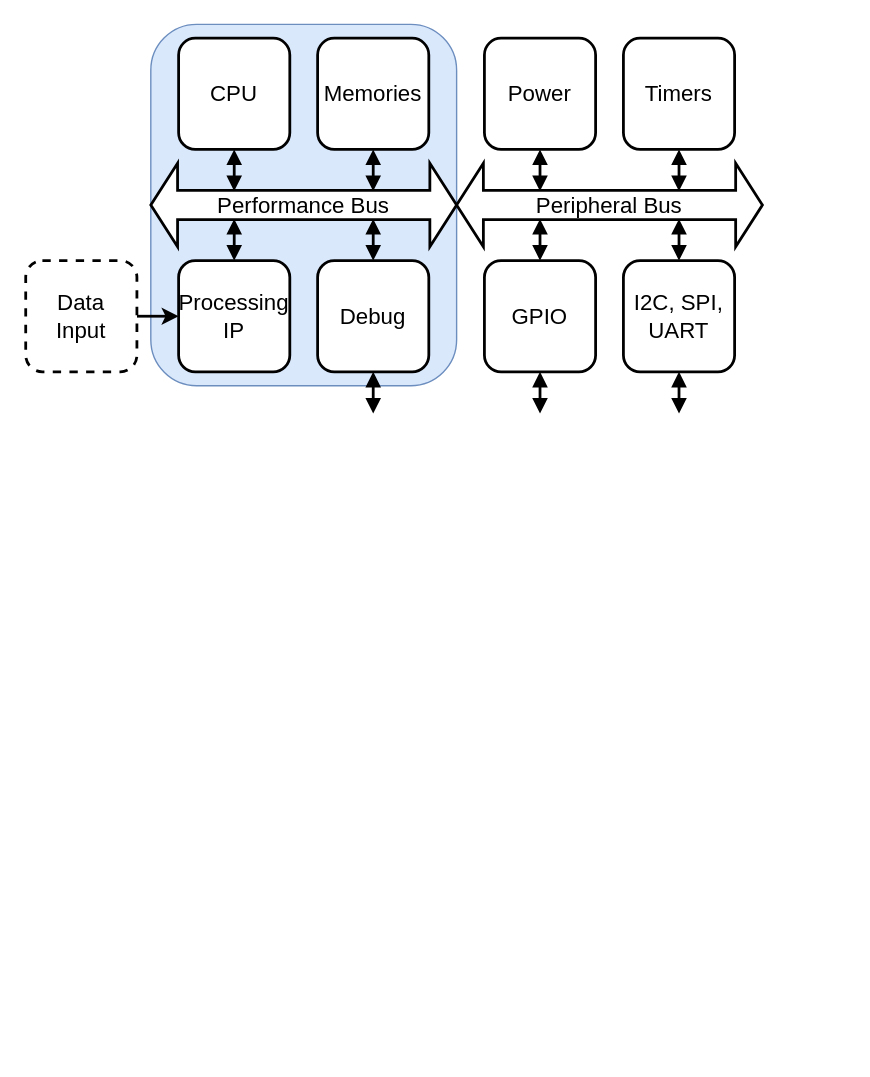
The draw.io diagram page "Page-5" (5 of 6) of Figures/presentation.drawio in AverageSilex/Presentation_Async_IC, before the edit. Source tidied: cells renumbered, new cells numbered last; positions are measured from the earlier drawing's top-left corner, leaving out a move shared by most shapes. Both pictures are drawn from the tidied source at 139%, with x=0, y=0 at pixel (25, 24).
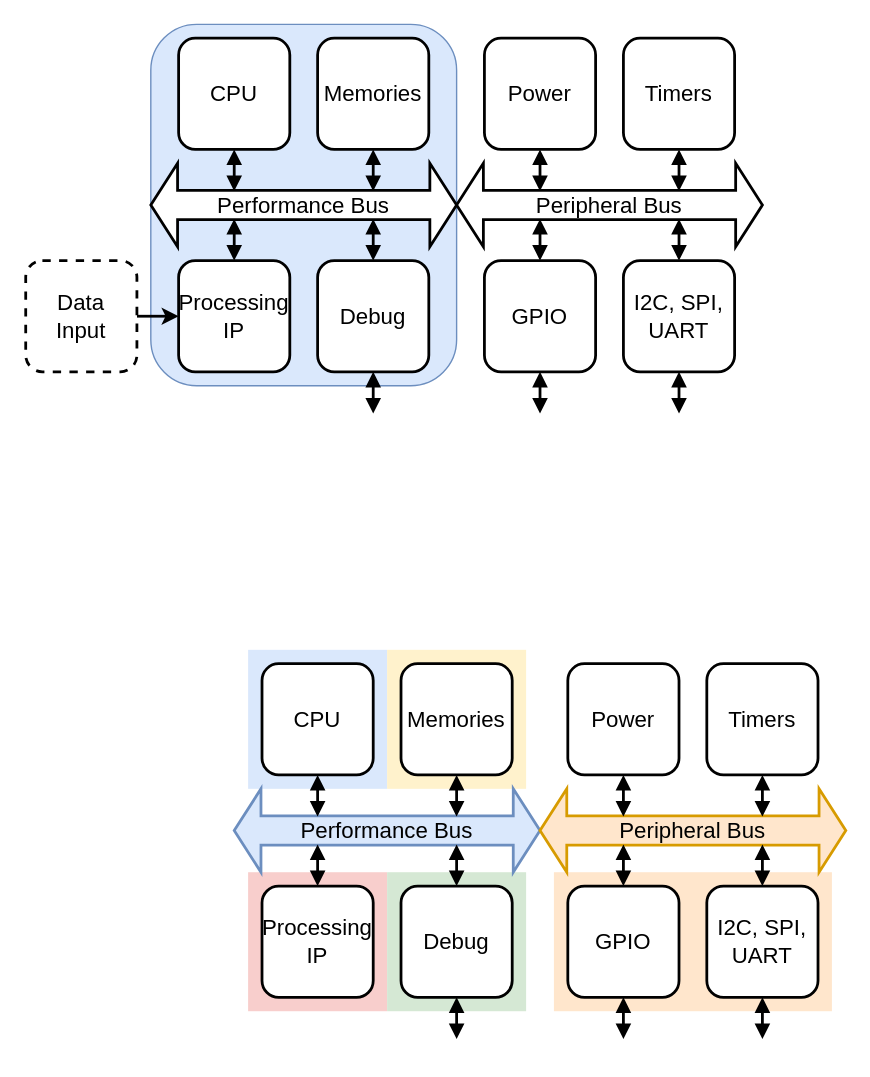
The same page after the edit.

What changed in the source:
```diff
@@
+    <mxCell id="26" style="rounded=0;whiteSpace=wrap;html=1;fillColor=#f8cecc;strokeColor=none;" parent="1" vertex="1">
+      <mxGeometry x="160" y="610" width="100" height="100" as="geometry" />
+    </mxCell>
+    <mxCell id="27" style="rounded=0;whiteSpace=wrap;html=1;fillColor=#ffe6cc;strokeColor=none;" parent="1" vertex="1">
+      <mxGeometry x="380" y="610" width="200" height="100" as="geometry" />
+    </mxCell>
+    <mxCell id="28" style="rounded=0;whiteSpace=wrap;html=1;fillColor=#d5e8d4;strokeColor=none;" parent="1" vertex="1">
+      <mxGeometry x="260" y="610" width="100" height="100" as="geometry" />
+    </mxCell>
+    <mxCell id="29" style="rounded=0;whiteSpace=wrap;html=1;fillColor=#dae8fc;strokeColor=none;" parent="1" vertex="1">
+      <mxGeometry x="160" y="450" width="100" height="100" as="geometry" />
+    </mxCell>
+    <mxCell id="30" style="rounded=0;whiteSpace=wrap;html=1;fillColor=#fff2cc;strokeColor=none;" parent="1" vertex="1">
+      <mxGeometry x="260" y="450" width="100" height="100" as="geometry" />
+    </mxCell>
@@
+    <mxCell id="31" value="Performance Bus" style="shape=doubleArrow;whiteSpace=wrap;html=1;arrowWidth=0.3516175881410201;arrowSize=0.08749931708916071;fontSize=16;strokeWidth=2;labelBackgroundColor=none;fillColor=#dae8fc;strokeColor=#6c8ebf;" parent="1" vertex="1">
+      <mxGeometry x="150" y="550" width="220" height="60" as="geometry" />
+    </mxCell>
+    <mxCell id="32" value="CPU" style="rounded=1;whiteSpace=wrap;html=1;fontSize=16;strokeWidth=2;labelBackgroundColor=none;" parent="1" vertex="1">
+      <mxGeometry x="170" y="460" width="80" height="80" as="geometry" />
+    </mxCell>
+    <mxCell id="33" value="Memories" style="rounded=1;whiteSpace=wrap;html=1;fontSize=16;strokeWidth=2;labelBackgroundColor=none;" parent="1" vertex="1">
+      <mxGeometry x="270" y="460" width="80" height="80" as="geometry" />
+    </mxCell>
+    <mxCell id="34" value="Processing&lt;div&gt;IP&lt;/div&gt;" style="rounded=1;whiteSpace=wrap;html=1;fontSize=16;strokeWidth=2;labelBackgroundColor=none;" parent="1" vertex="1">
+      <mxGeometry x="170" y="620" width="80" height="80" as="geometry" />
+    </mxCell>
+    <mxCell id="35" style="edgeStyle=orthogonalEdgeStyle;rounded=0;orthogonalLoop=1;jettySize=auto;html=1;exitX=0.5;exitY=1;exitDx=0;exitDy=0;entryX=0.286;entryY=0.331;entryDx=0;entryDy=0;entryPerimeter=0;endArrow=block;startArrow=block;startFill=1;fontSize=16;strokeWidth=2;labelBackgroundColor=none;" parent="1" edge="1">
+      <mxGeometry relative="1" as="geometry">
+        <mxPoint x="310" y="540" as="sourcePoint" />
+        <mxPoint x="310" y="570" as="targetPoint" />
+      </mxGeometry>
+    </mxCell>
+    <mxCell id="36" style="edgeStyle=orthogonalEdgeStyle;rounded=0;orthogonalLoop=1;jettySize=auto;html=1;exitX=0.5;exitY=1;exitDx=0;exitDy=0;entryX=0.286;entryY=0.331;entryDx=0;entryDy=0;entryPerimeter=0;endArrow=block;startArrow=block;startFill=1;fontSize=16;strokeWidth=2;labelBackgroundColor=none;" parent="1" edge="1">
+      <mxGeometry relative="1" as="geometry">
+        <mxPoint x="210" y="540" as="sourcePoint" />
+        <mxPoint x="210" y="570" as="targetPoint" />
+      </mxGeometry>
+    </mxCell>
+    <mxCell id="37" style="edgeStyle=orthogonalEdgeStyle;rounded=0;orthogonalLoop=1;jettySize=auto;html=1;exitX=0.5;exitY=1;exitDx=0;exitDy=0;entryX=0.286;entryY=0.331;entryDx=0;entryDy=0;entryPerimeter=0;endArrow=block;startArrow=block;startFill=1;fontSize=16;strokeWidth=2;labelBackgroundColor=none;" parent="1" edge="1">
+      <mxGeometry relative="1" as="geometry">
+        <mxPoint x="210" y="590" as="sourcePoint" />
+        <mxPoint x="210" y="620" as="targetPoint" />
+      </mxGeometry>
+    </mxCell>
+    <mxCell id="38" value="Debug" style="rounded=1;whiteSpace=wrap;html=1;fontSize=16;strokeWidth=2;labelBackgroundColor=none;" parent="1" vertex="1">
+      <mxGeometry x="270" y="620" width="80" height="80" as="geometry" />
+    </mxCell>
+    <mxCell id="39" style="edgeStyle=orthogonalEdgeStyle;rounded=0;orthogonalLoop=1;jettySize=auto;html=1;exitX=0.5;exitY=1;exitDx=0;exitDy=0;entryX=0.286;entryY=0.331;entryDx=0;entryDy=0;entryPerimeter=0;endArrow=block;startArrow=block;startFill=1;fontSize=16;strokeWidth=2;labelBackgroundColor=none;" parent="1" edge="1">
+      <mxGeometry relative="1" as="geometry">
+        <mxPoint x="310" y="700" as="sourcePoint" />
+        <mxPoint x="310" y="730" as="targetPoint" />
+      </mxGeometry>
+    </mxCell>
+    <mxCell id="40" style="edgeStyle=orthogonalEdgeStyle;rounded=0;orthogonalLoop=1;jettySize=auto;html=1;exitX=0.5;exitY=1;exitDx=0;exitDy=0;entryX=0.286;entryY=0.331;entryDx=0;entryDy=0;entryPerimeter=0;endArrow=block;startArrow=block;startFill=1;fontSize=16;strokeWidth=2;labelBackgroundColor=none;" parent="1" edge="1">
+      <mxGeometry relative="1" as="geometry">
+        <mxPoint x="310" y="590" as="sourcePoint" />
+        <mxPoint x="310" y="620" as="targetPoint" />
+      </mxGeometry>
+    </mxCell>
+    <mxCell id="41" value="Peripheral Bus" style="shape=doubleArrow;whiteSpace=wrap;html=1;arrowWidth=0.3516175881410201;arrowSize=0.08749931708916071;fontSize=16;strokeWidth=2;labelBackgroundColor=none;fillColor=#ffe6cc;strokeColor=#d79b00;" parent="1" vertex="1">
+      <mxGeometry x="370" y="550" width="220" height="60" as="geometry" />
+    </mxCell>
+    <mxCell id="42" value="Power" style="rounded=1;whiteSpace=wrap;html=1;fontSize=16;strokeWidth=2;labelBackgroundColor=none;" parent="1" vertex="1">
+      <mxGeometry x="390" y="460" width="80" height="80" as="geometry" />
+    </mxCell>
+    <mxCell id="43" value="GPIO" style="rounded=1;whiteSpace=wrap;html=1;fontSize=16;strokeWidth=2;labelBackgroundColor=none;" parent="1" vertex="1">
+      <mxGeometry x="390" y="620" width="80" height="80" as="geometry" />
+    </mxCell>
+    <mxCell id="44" style="edgeStyle=orthogonalEdgeStyle;rounded=0;orthogonalLoop=1;jettySize=auto;html=1;exitX=0.5;exitY=1;exitDx=0;exitDy=0;entryX=0.286;entryY=0.331;entryDx=0;entryDy=0;entryPerimeter=0;endArrow=block;startArrow=block;startFill=1;fontSize=16;strokeWidth=2;labelBackgroundColor=none;" parent="1" edge="1">
+      <mxGeometry relative="1" as="geometry">
+        <mxPoint x="430" y="540" as="sourcePoint" />
+        <mxPoint x="430" y="570" as="targetPoint" />
+      </mxGeometry>
+    </mxCell>
+    <mxCell id="45" style="edgeStyle=orthogonalEdgeStyle;rounded=0;orthogonalLoop=1;jettySize=auto;html=1;exitX=0.5;exitY=1;exitDx=0;exitDy=0;entryX=0.286;entryY=0.331;entryDx=0;entryDy=0;entryPerimeter=0;endArrow=block;startArrow=block;startFill=1;fontSize=16;strokeWidth=2;labelBackgroundColor=none;" parent="1" edge="1">
+      <mxGeometry relative="1" as="geometry">
+        <mxPoint x="430" y="590" as="sourcePoint" />
+        <mxPoint x="430" y="620" as="targetPoint" />
+      </mxGeometry>
+    </mxCell>
+    <mxCell id="46" value="I2C, SPI,&lt;div&gt;UART&lt;/div&gt;" style="rounded=1;whiteSpace=wrap;html=1;fontSize=16;strokeWidth=2;labelBackgroundColor=none;" parent="1" vertex="1">
+      <mxGeometry x="490" y="620" width="80" height="80" as="geometry" />
+    </mxCell>
+    <mxCell id="47" style="edgeStyle=orthogonalEdgeStyle;rounded=0;orthogonalLoop=1;jettySize=auto;html=1;exitX=0.5;exitY=1;exitDx=0;exitDy=0;entryX=0.286;entryY=0.331;entryDx=0;entryDy=0;entryPerimeter=0;endArrow=block;startArrow=block;startFill=1;fontSize=16;strokeWidth=2;labelBackgroundColor=none;" parent="1" edge="1">
+      <mxGeometry relative="1" as="geometry">
+        <mxPoint x="530" y="590" as="sourcePoint" />
+        <mxPoint x="530" y="620" as="targetPoint" />
+      </mxGeometry>
+    </mxCell>
+    <mxCell id="48" style="edgeStyle=orthogonalEdgeStyle;rounded=0;orthogonalLoop=1;jettySize=auto;html=1;exitX=0.5;exitY=1;exitDx=0;exitDy=0;entryX=0.286;entryY=0.331;entryDx=0;entryDy=0;entryPerimeter=0;endArrow=block;startArrow=block;startFill=1;fontSize=16;strokeWidth=2;labelBackgroundColor=none;" parent="1" edge="1">
+      <mxGeometry relative="1" as="geometry">
+        <mxPoint x="430" y="700" as="sourcePoint" />
+        <mxPoint x="430" y="730" as="targetPoint" />
+      </mxGeometry>
+    </mxCell>
+    <mxCell id="49" style="edgeStyle=orthogonalEdgeStyle;rounded=0;orthogonalLoop=1;jettySize=auto;html=1;exitX=0.5;exitY=1;exitDx=0;exitDy=0;entryX=0.286;entryY=0.331;entryDx=0;entryDy=0;entryPerimeter=0;endArrow=block;startArrow=block;startFill=1;fontSize=16;strokeWidth=2;labelBackgroundColor=none;" parent="1" edge="1">
+      <mxGeometry relative="1" as="geometry">
+        <mxPoint x="530" y="700" as="sourcePoint" />
+        <mxPoint x="530" y="730" as="targetPoint" />
+      </mxGeometry>
+    </mxCell>
+    <mxCell id="50" value="Timers" style="rounded=1;whiteSpace=wrap;html=1;fontSize=16;strokeWidth=2;labelBackgroundColor=none;" parent="1" vertex="1">
+      <mxGeometry x="490" y="460" width="80" height="80" as="geometry" />
+    </mxCell>
+    <mxCell id="51" style="edgeStyle=orthogonalEdgeStyle;rounded=0;orthogonalLoop=1;jettySize=auto;html=1;exitX=0.5;exitY=1;exitDx=0;exitDy=0;entryX=0.286;entryY=0.331;entryDx=0;entryDy=0;entryPerimeter=0;endArrow=block;startArrow=block;startFill=1;fontSize=16;strokeWidth=2;labelBackgroundColor=none;" parent="1" edge="1">
+      <mxGeometry relative="1" as="geometry">
+        <mxPoint x="530" y="540" as="sourcePoint" />
+        <mxPoint x="530" y="570" as="targetPoint" />
+      </mxGeometry>
+    </mxCell>
```
